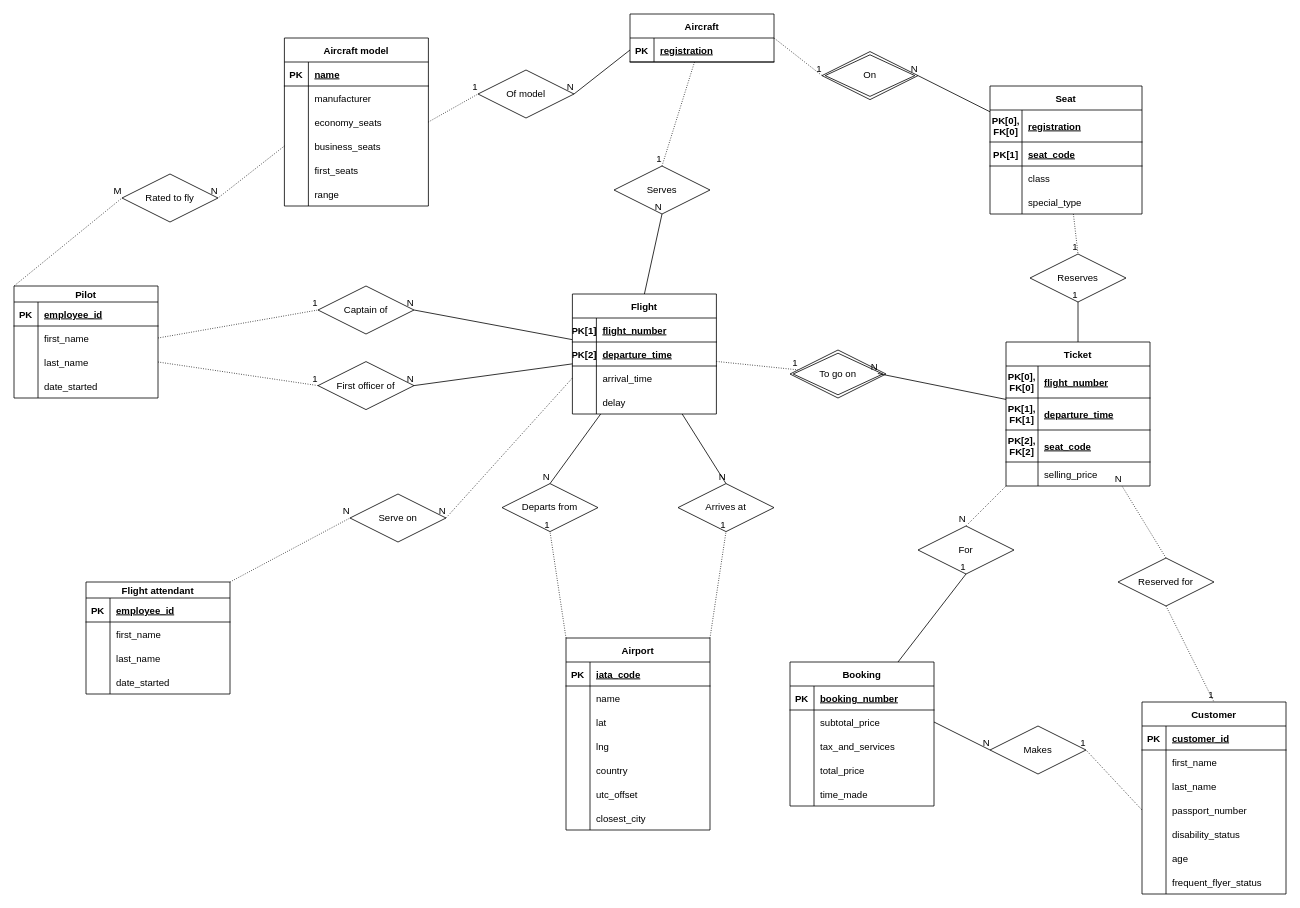
Before: Airline system ER diagram.drawio in lyulka/comp3278, a draw.io diagram. Source tidied: cells renumbered, new cells numbered last; positions are measured from the earlier drawing's top-left corner, leaving out a move shared by most shapes. Both pictures are drawn from the tidied source at 80%, with x=0, y=0 at pixel (14, 14).
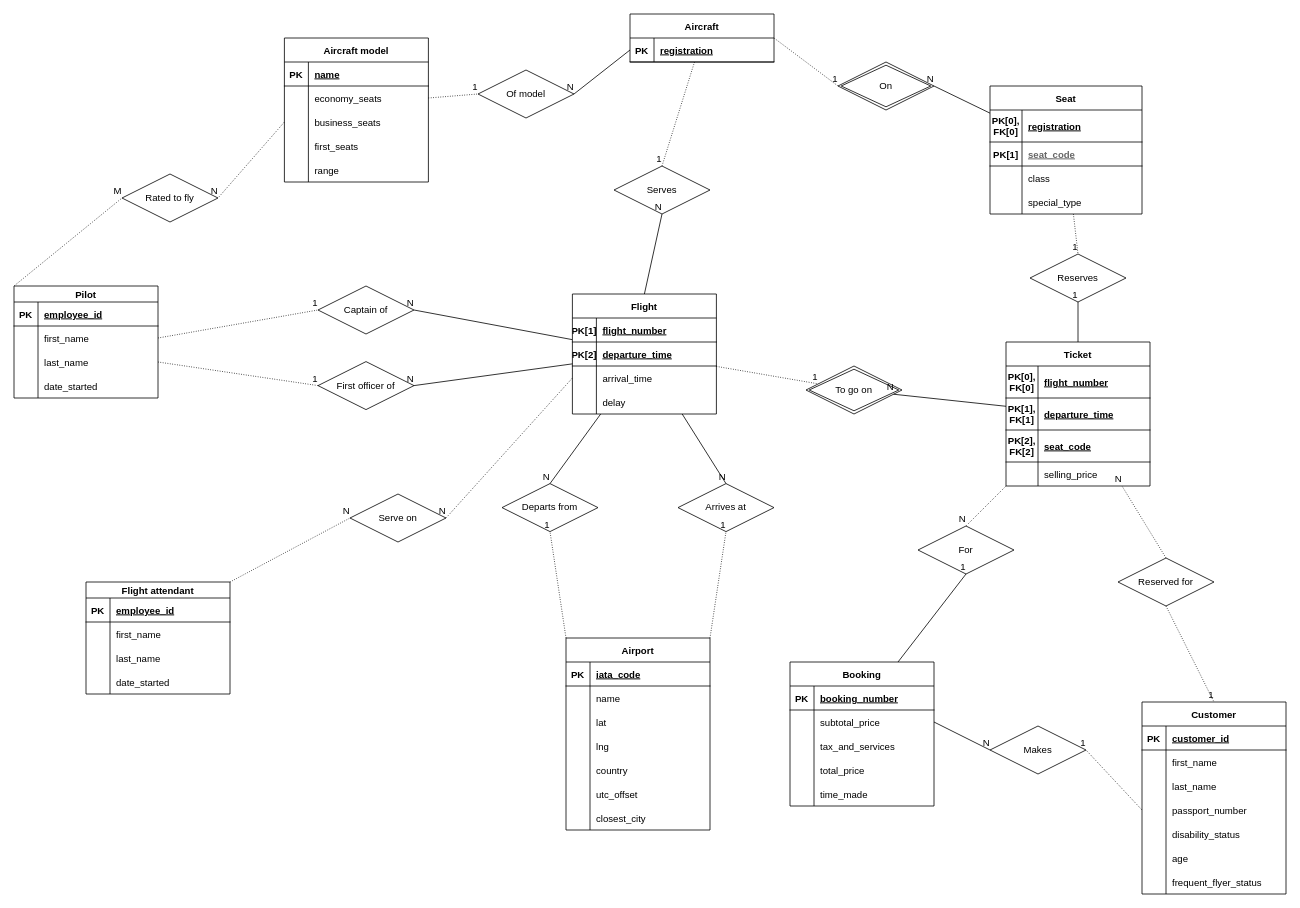
After the change.

Commit message:
Make things slightly neater

Unchanged cells that the change refers to:
```xml
<mxCell id="24" style="shape=partialRectangle;fillColor=none;top=0;left=0;bottom=1;right=0;" parent="20" vertex="1">
  <mxGeometry y="70" width="190" height="30" as="geometry" />
</mxCell>
<mxCell id="133" value="Ticket" style="shape=table;startSize=30;childLayout=tableLayout;rowLines=0;fontStyle=1;align=center;" parent="1" vertex="1">
  <mxGeometry x="1240" y="410" width="180" height="180" as="geometry" />
</mxCell>
```

Change to the diagram source:
```diff
@@
     <mxCell id="15" value="On" style="shape=rhombus;double=1;perimeter=rhombusPerimeter;whiteSpace=wrap;html=1;align=center;" parent="1" vertex="1">
-      <mxGeometry x="1010" y="47" width="120" height="60" as="geometry" />
+      <mxGeometry x="1030" y="60" width="120" height="60" as="geometry" />
     </mxCell>
@@
-    <mxCell id="26" value="seat_code" style="shape=partialRectangle;fillColor=none;top=0;left=0;bottom=0;right=0;align=left;spacingLeft=6;fontStyle=5;overflow=hidden;" parent="24" vertex="1">
+    <mxCell id="26" value="seat_code" style="shape=partialRectangle;fillColor=none;top=0;left=0;bottom=0;right=0;align=left;spacingLeft=6;fontStyle=5;overflow=hidden;fontColor=#666666;" parent="24" vertex="1">
       <mxGeometry x="40" width="150" height="30" as="geometry" />
     </mxCell>
@@
     <mxCell id="34" value="Aircraft model" style="shape=table;startSize=30;childLayout=tableLayout;rowLines=0;fontStyle=1;align=center;" parent="1" vertex="1">
-      <mxGeometry x="338" y="30" width="180" height="210" as="geometry" />
+      <mxGeometry x="338" y="30" width="180" height="180" as="geometry" />
     </mxCell>
@@
-    <mxCell id="38" style="shape=partialRectangle;fillColor=none;top=0;left=0;bottom=0;right=0;" parent="34" vertex="1">
-      <mxGeometry y="60" width="180" height="30" as="geometry" />
-    </mxCell>
-    <mxCell id="39" style="shape=partialRectangle;fillColor=none;top=0;left=0;bottom=0;right=0;overflow=hidden;" parent="38" vertex="1">
-      <mxGeometry width="30" height="30" as="geometry" />
-    </mxCell>
-    <mxCell id="40" value="manufacturer" style="shape=partialRectangle;fillColor=none;top=0;left=0;bottom=0;right=0;align=left;spacingLeft=6;overflow=hidden;" parent="38" vertex="1">
-      <mxGeometry x="30" width="150" height="30" as="geometry" />
-    </mxCell>
     <mxCell id="41" style="shape=partialRectangle;fillColor=none;top=0;left=0;bottom=0;right=0;points=[[0,0.5],[1,0.5]];portConstraint=eastwest;" parent="34" vertex="1">
-      <mxGeometry y="90" width="180" height="30" as="geometry" />
+      <mxGeometry y="60" width="180" height="30" as="geometry" />
     </mxCell>
@@
     <mxCell id="44" style="shape=partialRectangle;fillColor=none;top=0;left=0;bottom=0;right=0;points=[[0,0.5],[1,0.5]];portConstraint=eastwest;" parent="34" vertex="1">
-      <mxGeometry y="120" width="180" height="30" as="geometry" />
+      <mxGeometry y="90" width="180" height="30" as="geometry" />
     </mxCell>
@@
     <mxCell id="47" style="shape=partialRectangle;fillColor=none;top=0;left=0;bottom=0;right=0;" parent="34" vertex="1">
-      <mxGeometry y="150" width="180" height="30" as="geometry" />
+      <mxGeometry y="120" width="180" height="30" as="geometry" />
     </mxCell>
@@
     <mxCell id="50" style="shape=partialRectangle;fillColor=none;top=0;left=0;bottom=0;right=0;" parent="34" vertex="1">
-      <mxGeometry y="180" width="180" height="30" as="geometry" />
+      <mxGeometry y="150" width="180" height="30" as="geometry" />
     </mxCell>
@@
     <mxCell id="214" value="To go on" style="shape=rhombus;double=1;perimeter=rhombusPerimeter;whiteSpace=wrap;html=1;align=center;" parent="1" vertex="1">
-      <mxGeometry x="970" y="420" width="120" height="60" as="geometry" />
+      <mxGeometry x="990" y="440" width="120" height="60" as="geometry" />
     </mxCell>
-    <mxCell id="215" style="endArrow=none;html=1;rounded=0;entryX=0.915;entryY=0.489;entryDx=0;entryDy=0;entryPerimeter=0;" parent="1" edge="1" source="133" target="214">
+    <mxCell id="215" style="endArrow=none;html=1;rounded=0;" parent="1" edge="1" source="133" target="214">
       <mxGeometry relative="1" as="geometry" />
     </mxCell>
```
